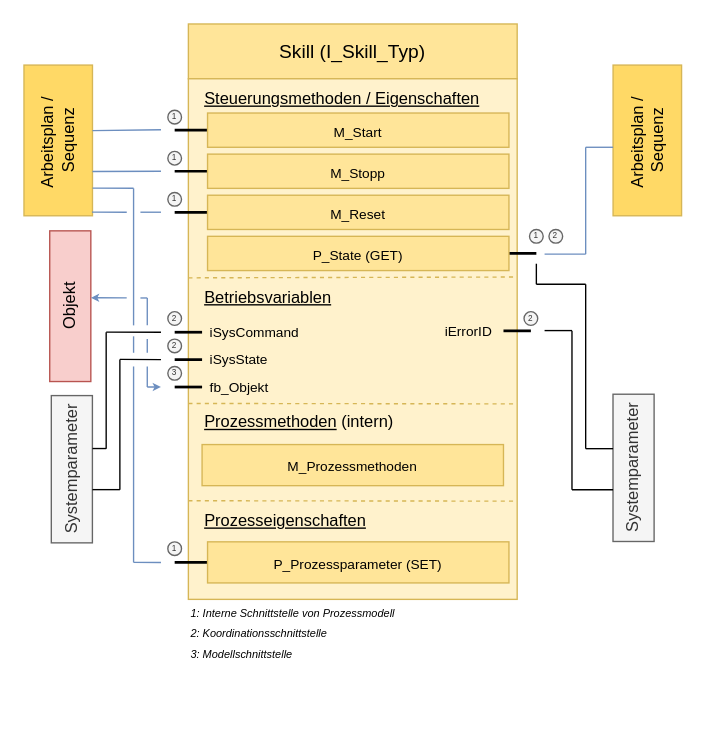
MrZabalu/MasterThesis keeps this draw.io diagram as 04_Umsetzung/05_Arbeistpaket_5/01_Skizzen/SkillSchnittstellen_V4.drawio. Above is the earlier version. Source tidied: cells renumbered, new cells numbered last; positions are measured from the earlier drawing's top-left corner, leaving out a move shared by most shapes. Both pictures are drawn from the tidied source at 137%, with x=0, y=0 at pixel (-18, 23).
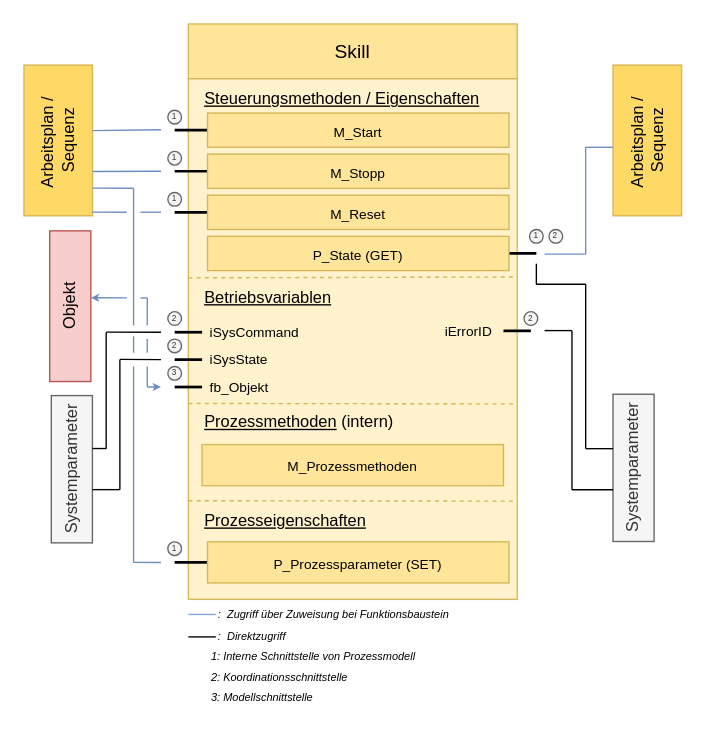
The same diagram, later.

Change to the diagram source:
```diff
@@
-    <mxCell id="2" value="Skill (I_Skill_Typ)" style="rounded=0;whiteSpace=wrap;html=1;fillColor=#FFE599;strokeColor=#d6b656;fontSize=14;" parent="1" vertex="1">
+    <mxCell id="2" value="Skill" style="rounded=0;whiteSpace=wrap;html=1;fillColor=#FFE599;strokeColor=#d6b656;fontSize=14;" parent="1" vertex="1">
       <mxGeometry x="150" width="240" height="40" as="geometry" />
     </mxCell>
@@
     <mxCell id="77" style="group;" parent="1" vertex="1">
-      <mxGeometry x="150" y="420" width="210" height="50" as="geometry" />
+      <mxGeometry x="165" y="452" width="210" height="50" as="geometry" />
     </mxCell>
@@
+    <mxCell id="89" style="group;" parent="1" vertex="1">
+      <mxGeometry x="150" y="420" width="270" height="41" as="geometry" />
+    </mxCell>
+    <mxCell id="90" style="endArrow=none;html=1;rounded=0;strokeWidth=1;strokeColor=#7EA6E0;" parent="89" edge="1">
+      <mxGeometry relative="1" as="geometry">
+        <mxPoint y="11" as="sourcePoint" />
+        <mxPoint x="20" y="11" as="targetPoint" />
+      </mxGeometry>
+    </mxCell>
+    <mxCell id="91" style="endArrow=none;html=1;rounded=0;strokeWidth=1;strokeColor=#000000;" parent="89" edge="1">
+      <mxGeometry relative="1" as="geometry">
+        <mxPoint y="27.4" as="sourcePoint" />
+        <mxPoint x="20" y="27.4" as="targetPoint" />
+      </mxGeometry>
+    </mxCell>
+    <mxCell id="92" value="&lt;font style=&quot;font-size: 8px;&quot;&gt;&lt;i style=&quot;&quot;&gt;:&amp;nbsp; Zugriff über Zuweisung bei Funktionsbaustein&lt;/i&gt;&lt;/font&gt;" style="text;html=1;align=left;verticalAlign=middle;whiteSpace=wrap;rounded=0;" parent="89" vertex="1">
+      <mxGeometry x="20" width="250" height="20" as="geometry" />
+    </mxCell>
+    <mxCell id="93" value="&lt;font style=&quot;font-size: 8px;&quot;&gt;&lt;i style=&quot;&quot;&gt;:&amp;nbsp; Direktzugriff&amp;nbsp;&lt;/i&gt;&lt;/font&gt;" style="text;html=1;align=left;verticalAlign=middle;whiteSpace=wrap;rounded=0;" parent="89" vertex="1">
+      <mxGeometry x="20" y="16" width="250" height="20" as="geometry" />
+    </mxCell>
```
